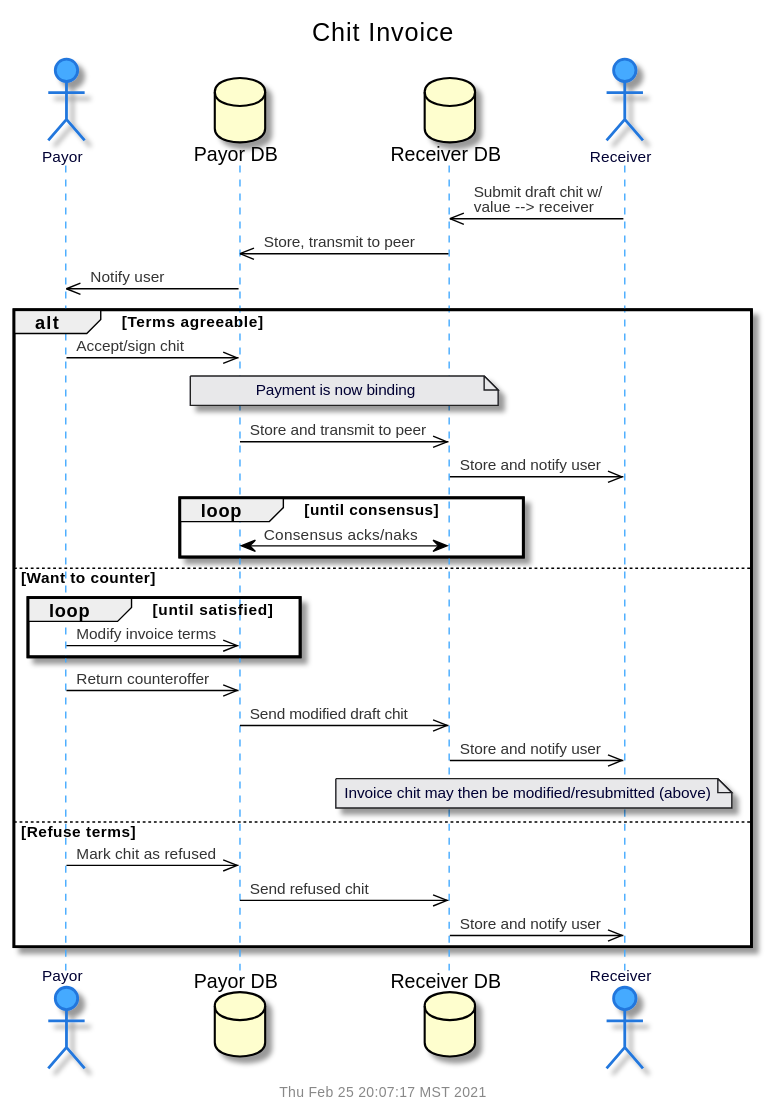
gotchoices/MyCHIPs keeps this PlantUML diagram as doc/uml/seq-chit-inv.svg. Above is the earlier version.
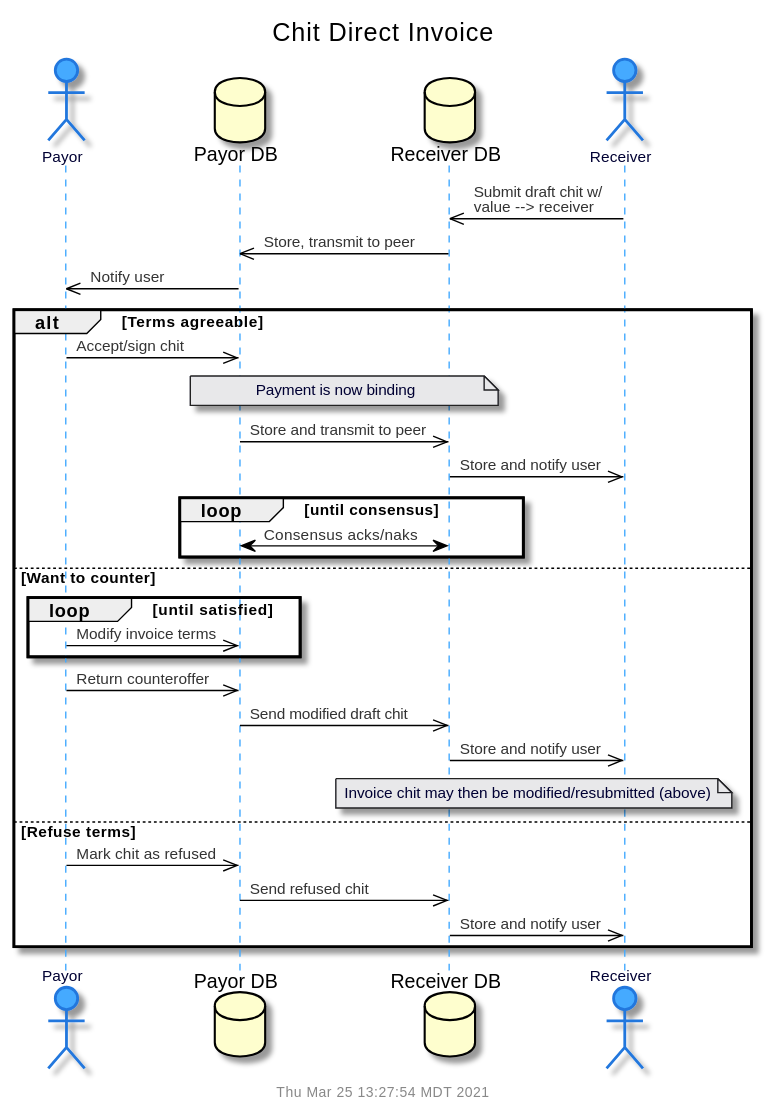
The same diagram one commit later.

Change to the diagram source:
```diff
@@ -1,6 +1,6 @@
 @startuml
 !include common.puml
-$title(Chit Invoice)
+$title(Chit Direct Invoice)
 actor "Payor" as pay
 database "Payor DB" as payDB
 database "Receiver DB" as recDB
```
